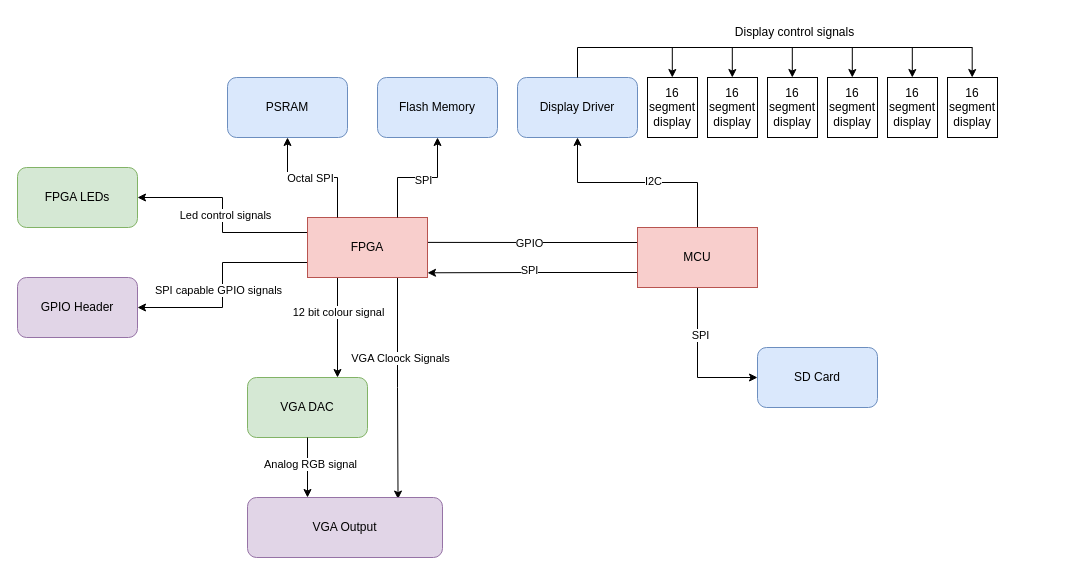
The draw.io diagram PCB/DetailedPCBDiagram.drawio in MH-Flight-Simulator-X/System-Figures-And-Microarchitecture, before the edit. Source tidied: cells renumbered, new cells numbered last; positions are measured from the earlier drawing's top-left corner, leaving out a move shared by most shapes. Both pictures are drawn from the tidied source at 100%, with x=0, y=0 at pixel (17, 17).
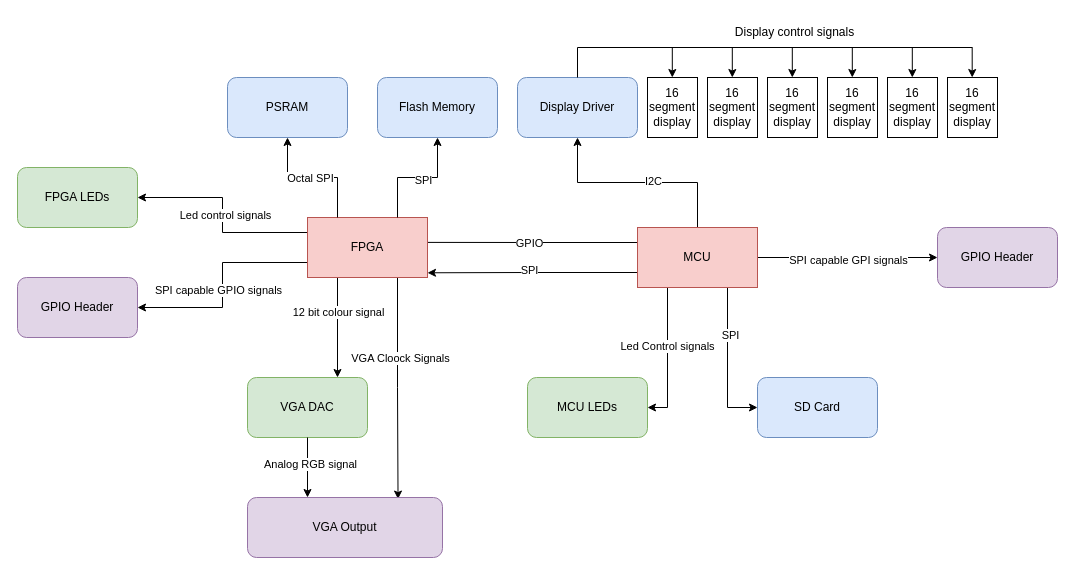
The same page after the edit.

Unchanged cells that the change refers to:
```xml
<mxCell id="10" value="MCU" style="rounded=0;whiteSpace=wrap;html=1;fillColor=#f8cecc;strokeColor=#b85450;" parent="1" vertex="1">
  <mxGeometry x="620" y="210" width="120" height="60" as="geometry" />
</mxCell>
```

What changed in the source:
```diff
@@
     <mxCell id="6" style="edgeStyle=orthogonalEdgeStyle;rounded=0;jettySize=auto;html=1;entryX=0;entryY=0.5;entryDx=0;entryDy=0;" parent="1" edge="1" source="10" target="11">
-      <mxGeometry relative="1" as="geometry" />
+      <mxGeometry relative="1" as="geometry">
+        <Array as="points">
+          <mxPoint x="710" y="390" />
+        </Array>
+      </mxGeometry>
     </mxCell>
@@
+    <mxCell id="49" style="edgeStyle=orthogonalEdgeStyle;rounded=0;jettySize=auto;html=1;entryX=0;entryY=0.5;entryDx=0;entryDy=0;" parent="1" edge="1" source="10" target="53">
+      <mxGeometry relative="1" as="geometry" />
+    </mxCell>
+    <mxCell id="50" value="SPI capable GPI signals" style="edgeLabel;html=1;align=center;verticalAlign=middle;" parent="49" vertex="1">
+      <mxGeometry y="-2" relative="1" as="geometry" />
+    </mxCell>
+    <mxCell id="51" style="edgeStyle=orthogonalEdgeStyle;rounded=0;jettySize=auto;html=1;exitX=0.25;exitY=1;exitDx=0;exitDy=0;entryX=1;entryY=0.5;entryDx=0;entryDy=0;" parent="1" edge="1" source="10" target="54">
+      <mxGeometry relative="1" as="geometry" />
+    </mxCell>
+    <mxCell id="52" value="Led Control signals" style="edgeLabel;html=1;align=center;verticalAlign=middle;" parent="51" vertex="1">
+      <mxGeometry x="-0.17" y="-1" relative="1" as="geometry" />
+    </mxCell>
@@
     <mxCell id="11" value="SD Card" style="rounded=1;whiteSpace=wrap;html=1;fillColor=#dae8fc;strokeColor=#6c8ebf;" parent="1" vertex="1">
-      <mxGeometry x="740" y="330" width="120" height="60" as="geometry" />
+      <mxGeometry x="740" y="360" width="120" height="60" as="geometry" />
     </mxCell>
@@
+    <mxCell id="53" value="GPIO Header" style="rounded=1;whiteSpace=wrap;html=1;fillColor=#e1d5e7;strokeColor=#9673a6;" parent="1" vertex="1">
+      <mxGeometry x="920" y="210" width="120" height="60" as="geometry" />
+    </mxCell>
+    <mxCell id="54" value="MCU LEDs" style="rounded=1;whiteSpace=wrap;html=1;fillColor=#d5e8d4;strokeColor=#82b366;" parent="1" vertex="1">
+      <mxGeometry x="510" y="360" width="120" height="60" as="geometry" />
+    </mxCell>
```
